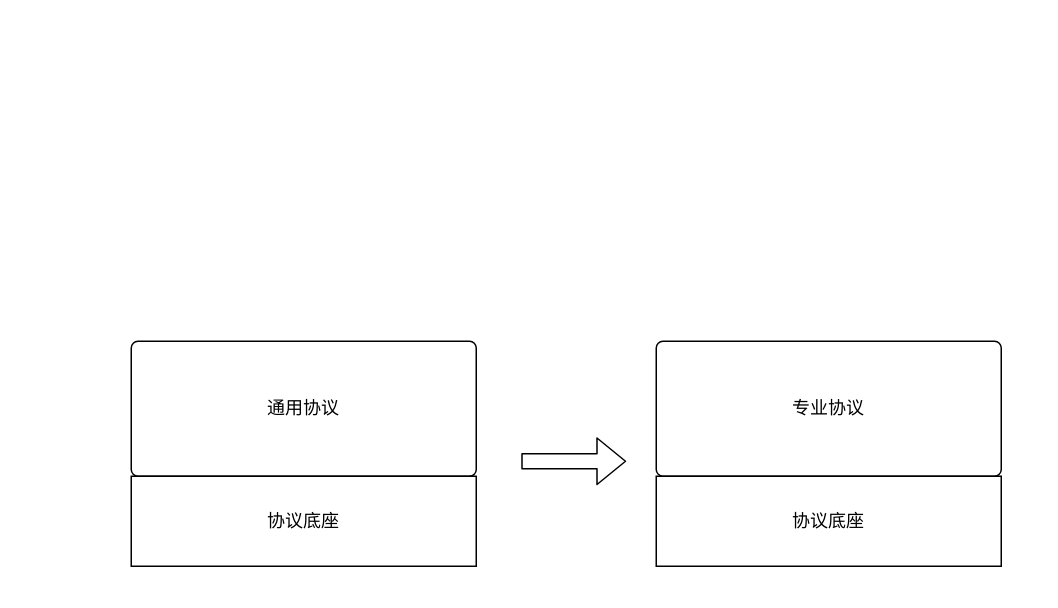
suqcnn/12306 keeps this draw.io diagram as 架构图.drawio. Above is the earlier version. Source tidied: cells renumbered, new cells numbered last; positions are measured from the earlier drawing's top-left corner, leaving out a move shared by most shapes. Both pictures are drawn from the tidied source at 150%, with x=0, y=0 at pixel (130, 340).
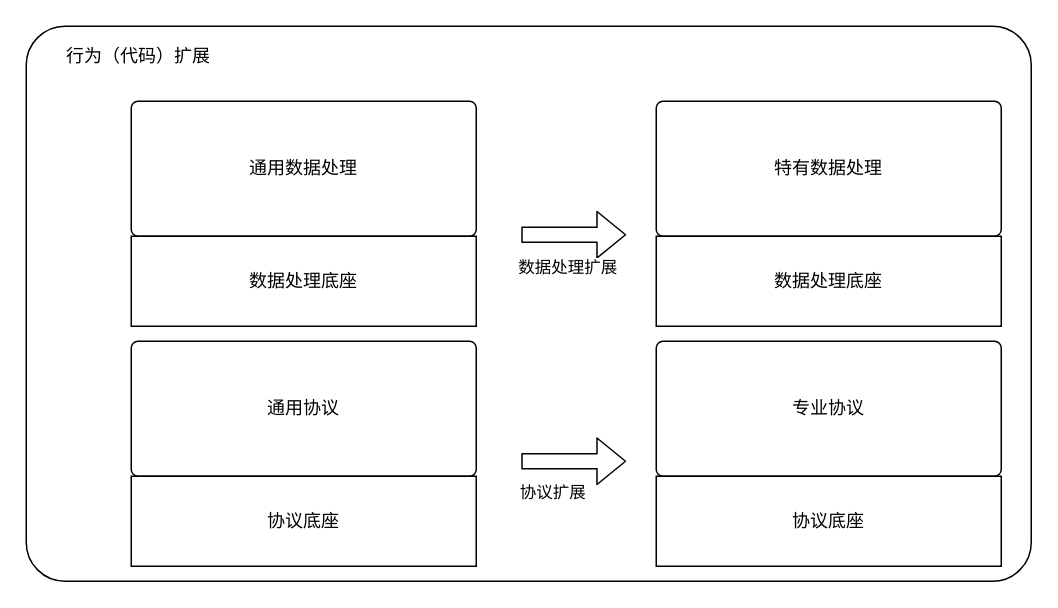
The same page after the edit.

Diff of the diagram source:
```diff
@@
 <mxGraphModel>
   <root>
     <mxCell id="0" />
     <mxCell id="1" parent="0" />
+    <mxCell id="7" style="rounded=1;whiteSpace=wrap;html=1;arcSize=7;" parent="1" vertex="1">
+      <mxGeometry x="-70" y="-210" width="670" height="370" as="geometry" />
+    </mxCell>
     <mxCell id="2" value="通用协议" style="rounded=1;whiteSpace=wrap;html=1;arcSize=5;" parent="1" vertex="1">
       <mxGeometry width="230" height="90" as="geometry" />
     </mxCell>
     <mxCell id="3" style="shape=flexArrow;endArrow=classic;html=1;" parent="1" edge="1">
       <mxGeometry relative="1" as="geometry">
         <mxPoint x="260" y="80" as="sourcePoint" />
         <mxPoint x="330" y="80" as="targetPoint" />
       </mxGeometry>
     </mxCell>
+    <mxCell id="8" value="协议扩展" style="edgeLabel;html=1;align=center;verticalAlign=middle;" parent="3" vertex="1">
+      <mxGeometry x="0.2" y="4" relative="1" as="geometry">
+        <mxPoint x="-22" y="24" as="offset" />
+      </mxGeometry>
+    </mxCell>
     <mxCell id="4" value="协议底座" style="rounded=0;whiteSpace=wrap;html=1;" parent="1" vertex="1">
       <mxGeometry y="90" width="230" height="60" as="geometry" />
     </mxCell>
     <mxCell id="5" value="专业协议" style="rounded=1;whiteSpace=wrap;html=1;arcSize=5;" parent="1" vertex="1">
       <mxGeometry x="350" width="230" height="90" as="geometry" />
     </mxCell>
     <mxCell id="6" value="协议底座" style="rounded=0;whiteSpace=wrap;html=1;" parent="1" vertex="1">
       <mxGeometry x="350" y="90" width="230" height="60" as="geometry" />
     </mxCell>
+    <mxCell id="9" value="通用数据处理" style="rounded=1;whiteSpace=wrap;html=1;arcSize=5;" parent="1" vertex="1">
+      <mxGeometry y="-160" width="230" height="90" as="geometry" />
+    </mxCell>
+    <mxCell id="10" value="数据处理底座" style="rounded=0;whiteSpace=wrap;html=1;" parent="1" vertex="1">
+      <mxGeometry y="-70" width="230" height="60" as="geometry" />
+    </mxCell>
+    <mxCell id="11" value="特有数据处理" style="rounded=1;whiteSpace=wrap;html=1;arcSize=5;" parent="1" vertex="1">
+      <mxGeometry x="350" y="-160" width="230" height="90" as="geometry" />
+    </mxCell>
+    <mxCell id="12" value="数据处理底座" style="rounded=0;whiteSpace=wrap;html=1;" parent="1" vertex="1">
+      <mxGeometry x="350" y="-70" width="230" height="60" as="geometry" />
+    </mxCell>
+    <mxCell id="13" style="shape=flexArrow;endArrow=classic;html=1;" parent="1" edge="1">
+      <mxGeometry relative="1" as="geometry">
+        <mxPoint x="260" y="-71" as="sourcePoint" />
+        <mxPoint x="330" y="-71" as="targetPoint" />
+      </mxGeometry>
+    </mxCell>
+    <mxCell id="14" value="数据处理扩展" style="edgeLabel;html=1;align=center;verticalAlign=middle;" parent="13" vertex="1">
+      <mxGeometry x="0.09" relative="1" as="geometry">
+        <mxPoint x="-8" y="21" as="offset" />
+      </mxGeometry>
+    </mxCell>
+    <mxCell id="15" value="行为（代码）扩展" style="text;html=1;strokeColor=none;fillColor=none;align=center;verticalAlign=middle;whiteSpace=wrap;rounded=0;" parent="1" vertex="1">
+      <mxGeometry x="-60" y="-200" width="130" height="20" as="geometry" />
+    </mxCell>
   </root>
 </mxGraphModel>
```
